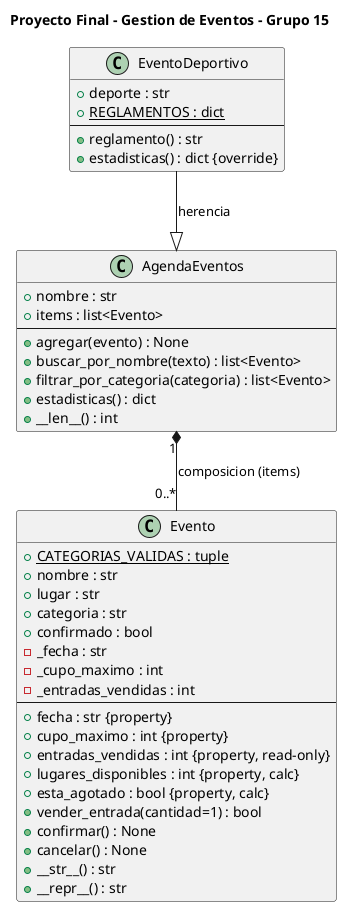
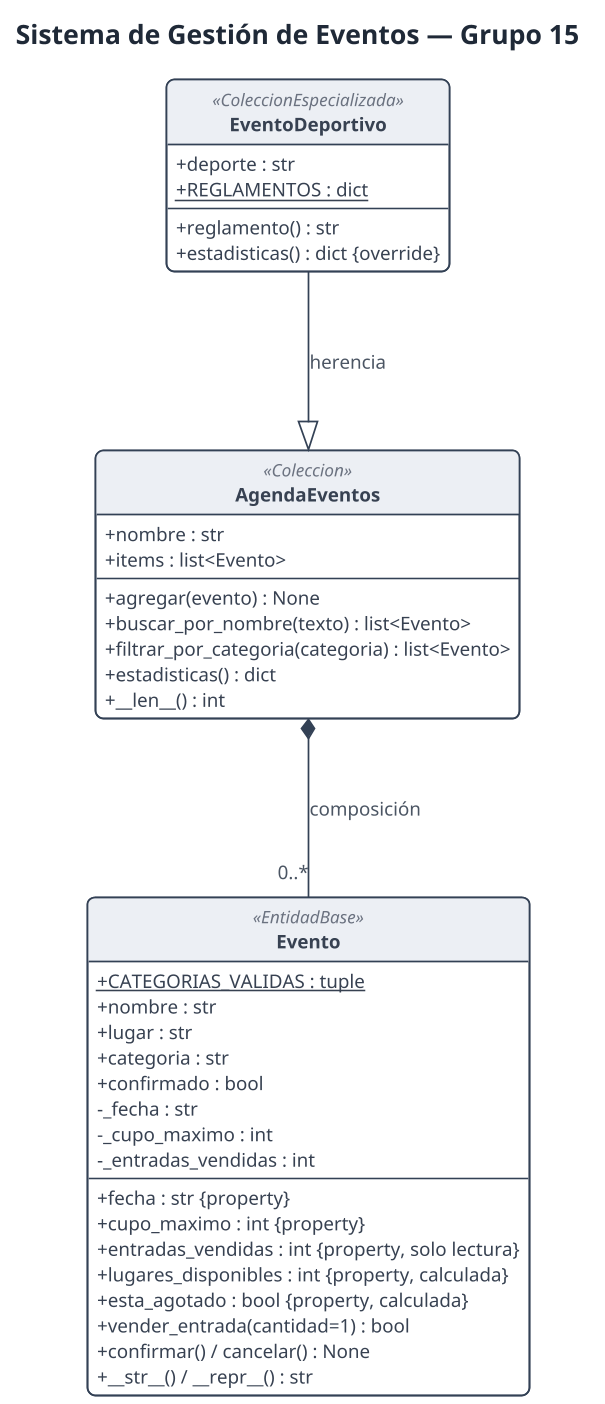
@startuml diagrama_G15
- title Proyecto Final - Gestion de Eventos - Grupo 15
+ ' ===== Estilo profesional y sobrio (PlantUML) =====
+ hide circle
+ skinparam linetype polyline
+ skinparam backgroundColor #FFFFFF
+ skinparam shadowing false
+ skinparam roundcorner 10
+ skinparam dpi 150
+ skinparam nodesep 60
+ skinparam ranksep 95
+ skinparam defaultFontName "Helvetica"
+ skinparam defaultFontSize 13
+ skinparam classAttributeIconSize 0
+ skinparam titleFontColor #1F2937
+ skinparam titleFontSize 17
+ skinparam titleFontStyle bold

- class Evento {
+ skinparam class {
+   BackgroundColor #FFFFFF
+   HeaderBackgroundColor #ECEFF4
+   BorderColor #334155
+   BorderThickness 1.1
+   FontColor #1F2937
+   FontStyle bold
+   FontSize 15
+   AttributeFontColor #374151
+   AttributeFontSize 12
+   StereotypeFontColor #6B7280
+   StereotypeFontSize 11
+ }
+ skinparam ArrowColor #334155
+ skinparam ArrowThickness 1.1
+ skinparam ArrowFontColor #4B5563
+ skinparam ArrowFontSize 12
+ 
+ title Sistema de Gestión de Eventos — Grupo 15
+ 
+ class EventoDeportivo <<ColeccionEspecializada>> {
+   + deporte : str
+   + {static} REGLAMENTOS : dict
+   --
+   + reglamento() : str
+   + estadisticas() : dict {override}
+ }
+ 
+ class AgendaEventos <<Coleccion>> {
+   + nombre : str
+   + items : list<Evento>
+   --
+   + agregar(evento) : None
+   + buscar_por_nombre(texto) : list<Evento>
+   + filtrar_por_categoria(categoria) : list<Evento>
+   + estadisticas() : dict
+   + __len__() : int
+ }
+ 
+ class Evento <<EntidadBase>> {
  + {static} CATEGORIAS_VALIDAS : tuple
  + nombre : str
  + lugar : str
  + categoria : str
  + confirmado : bool
  - _fecha : str
  - _cupo_maximo : int
  - _entradas_vendidas : int
  --
  + fecha : str {property}
  + cupo_maximo : int {property}
-   + entradas_vendidas : int {property, read-only}
-   + lugares_disponibles : int {property, calc}
-   + esta_agotado : bool {property, calc}
+   + entradas_vendidas : int {property, solo lectura}
+   + lugares_disponibles : int {property, calculada}
+   + esta_agotado : bool {property, calculada}
  + vender_entrada(cantidad=1) : bool
-   + confirmar() : None
-   + cancelar() : None
-   + __str__() : str
-   + __repr__() : str
+   + confirmar() / cancelar() : None
+   + __str__() / __repr__() : str
}

- class AgendaEventos {
-   + nombre : str
-   + items : list<Evento>
-   --
-   + agregar(evento) : None
-   + buscar_por_nombre(texto) : list<Evento>
-   + filtrar_por_categoria(categoria) : list<Evento>
-   + estadisticas() : dict
-   + __len__() : int
- }
- 
- class EventoDeportivo {
-   + deporte : str
-   + {static} REGLAMENTOS : dict
-   --
-   + reglamento() : str
-   + estadisticas() : dict {override}
- }
- 
- EventoDeportivo --|> AgendaEventos : herencia
- AgendaEventos "1" *-- "0..*" Evento : composicion (items)
+ EventoDeportivo -down-|> AgendaEventos : herencia
+ AgendaEventos *-down- "0..*" Evento : composición

@enduml
